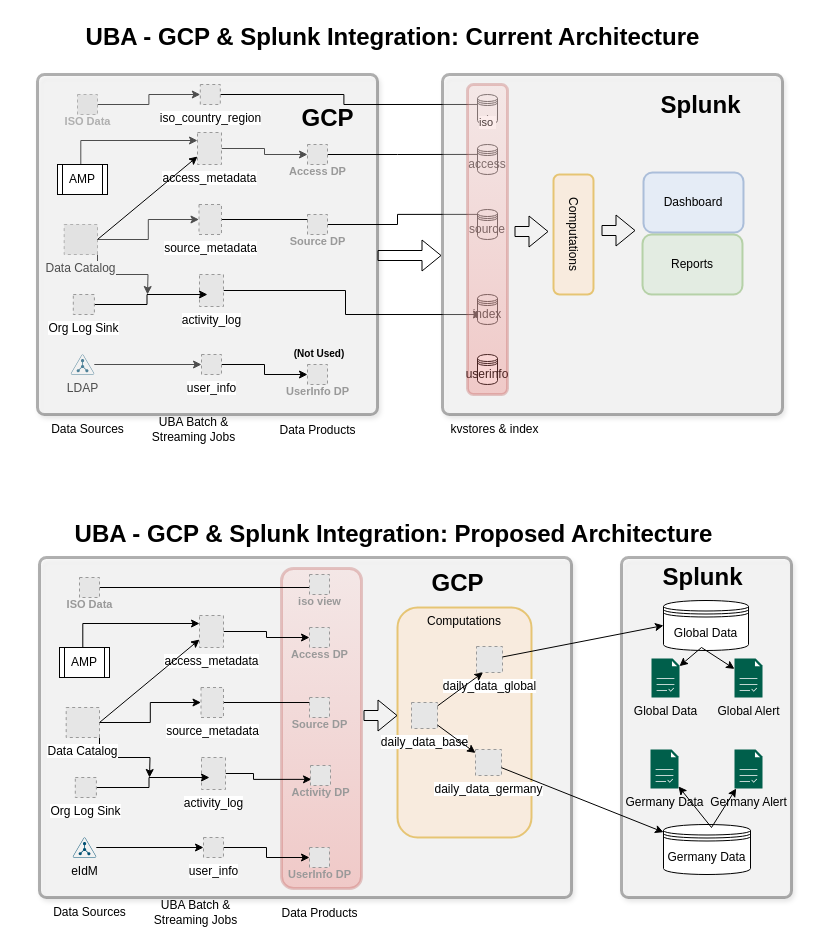
zikzakjack/draw.io keeps this draw.io diagram as splunk_perf_design_V20240125a.drawio. Above is the earlier version. Source tidied: cells renumbered, new cells numbered last; positions are measured from the earlier drawing's top-left corner, leaving out a move shared by most shapes. Both pictures are drawn from the tidied source at 100%, with x=0, y=0 at pixel (35, 17). Pictures stored in the file or linked from it are replaced by grey dashed boxes.
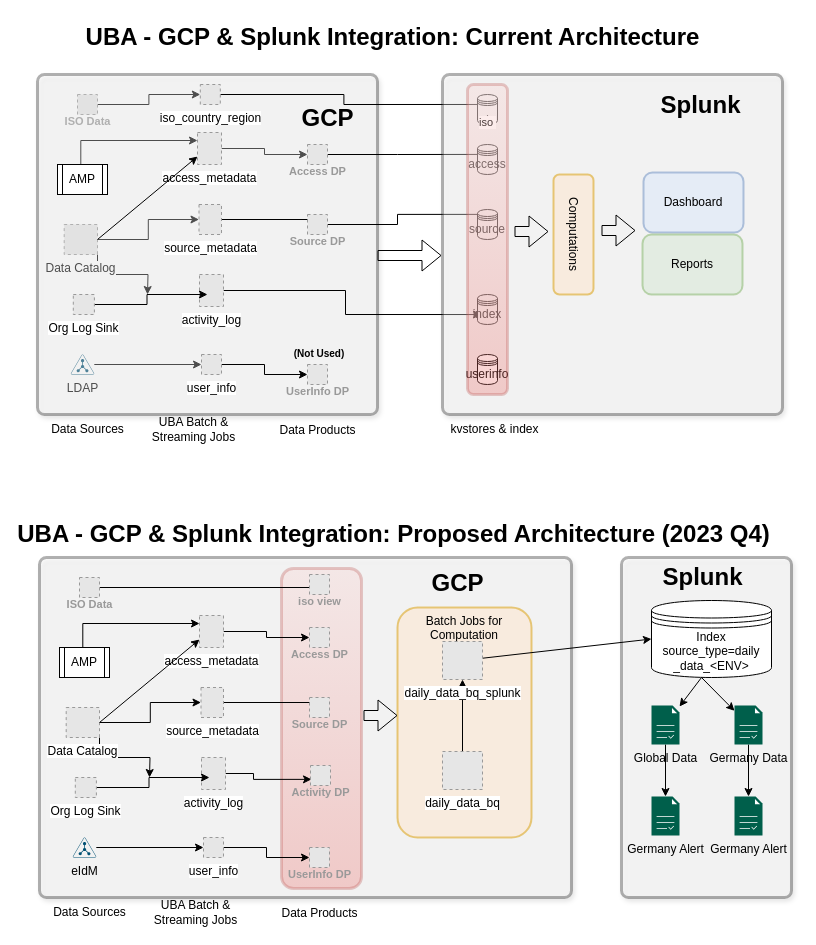
Above is the later version.

What changed in the source:
```diff
@@
-    <mxCell id="82" value="Computations" style="text;html=1;strokeColor=#d79b00;fillColor=#ffe6cc;align=center;verticalAlign=top;whiteSpace=wrap;rounded=1;horizontal=1;rotation=0;strokeWidth=2;opacity=50;" parent="1" vertex="1">
+    <mxCell id="82" value="Batch Jobs for Computation" style="text;html=1;strokeColor=#d79b00;fillColor=#ffe6cc;align=center;verticalAlign=top;whiteSpace=wrap;rounded=1;horizontal=1;rotation=0;strokeWidth=2;opacity=50;" parent="1" vertex="1">
       <mxGeometry x="362" y="590" width="134" height="230" as="geometry" />
     </mxCell>
@@
-    <mxCell id="86" value="UBA - GCP &amp;amp; Splunk Integration: Proposed Architecture" style="text;strokeColor=none;fillColor=none;html=1;fontSize=24;fontStyle=1;verticalAlign=middle;align=center;" parent="1" vertex="1">
+    <mxCell id="86" value="UBA - GCP &amp;amp; Splunk Integration: Proposed Architecture (2023 Q4)" style="text;strokeColor=none;fillColor=none;html=1;fontSize=24;fontStyle=1;verticalAlign=middle;align=center;" parent="1" vertex="1">
       <mxGeometry x="308" y="497" width="100" height="40" as="geometry" />
     </mxCell>
-    <mxCell id="87" value="Global Data" style="shape=datastore;whiteSpace=wrap;html=1;" parent="1" vertex="1">
-      <mxGeometry x="628" y="583" width="85" height="50" as="geometry" />
+    <mxCell id="87" value="Index source_type=daily _data_&amp;lt;ENV&amp;gt;" style="shape=datastore;whiteSpace=wrap;html=1;" parent="1" vertex="1">
+      <mxGeometry x="616" y="583" width="120" height="77" as="geometry" />
     </mxCell>
-    <mxCell id="88" value="Germany Data" style="shape=datastore;whiteSpace=wrap;html=1;" parent="1" vertex="1">
-      <mxGeometry x="628" y="807" width="87" height="50" as="geometry" />
-    </mxCell>
-    <mxCell id="89" value="daily_data_base" style="fillColor=#E6E6E6;strokeColor=#999999;dashed=1;html=1;verticalLabelPosition=bottom;labelBackgroundColor=#ffffff;verticalAlign=top;" parent="1" vertex="1">
-      <mxGeometry x="376" y="685" width="26" height="26" as="geometry" />
-    </mxCell>
     <mxCell id="90" value="Germany Alert" style="sketch=0;shadow=0;dashed=0;html=1;strokeColor=none;fillColor=#005F4B;labelPosition=center;verticalLabelPosition=bottom;verticalAlign=top;align=center;outlineConnect=0;shape=mxgraph.veeam2.report;" parent="1" vertex="1">
-      <mxGeometry x="699" y="732" width="28" height="39" as="geometry" />
+      <mxGeometry x="699" y="779" width="28" height="39" as="geometry" />
     </mxCell>
+    <mxCell id="103" style="edgeStyle=orthogonalEdgeStyle;rounded=0;jettySize=auto;html=1;" parent="1" edge="1" source="91" target="90">
+      <mxGeometry relative="1" as="geometry" />
+    </mxCell>
-    <mxCell id="91" value="Global Alert" style="sketch=0;shadow=0;dashed=0;html=1;strokeColor=none;fillColor=#005F4B;labelPosition=center;verticalLabelPosition=bottom;verticalAlign=top;align=center;outlineConnect=0;shape=mxgraph.veeam2.report;" parent="1" vertex="1">
-      <mxGeometry x="699" y="641" width="28" height="39" as="geometry" />
+    <mxCell id="91" value="Germany Data" style="sketch=0;shadow=0;dashed=0;html=1;strokeColor=none;fillColor=#005F4B;labelPosition=center;verticalLabelPosition=bottom;verticalAlign=top;align=center;outlineConnect=0;shape=mxgraph.veeam2.report;" parent="1" vertex="1">
+      <mxGeometry x="699" y="688" width="28" height="39" as="geometry" />
     </mxCell>
-    <mxCell id="92" value="daily_data_global" style="fillColor=#E6E6E6;strokeColor=#999999;dashed=1;html=1;verticalLabelPosition=bottom;labelBackgroundColor=#ffffff;verticalAlign=top;" parent="1" vertex="1">
-      <mxGeometry x="441" y="629" width="26" height="26" as="geometry" />
-    </mxCell>
-    <mxCell id="93" value="daily_data_germany" style="fillColor=#E6E6E6;strokeColor=#999999;dashed=1;html=1;verticalLabelPosition=bottom;labelBackgroundColor=#ffffff;verticalAlign=top;" parent="1" vertex="1">
-      <mxGeometry x="440" y="732" width="26" height="26" as="geometry" />
-    </mxCell>
@@
+    <mxCell id="104" style="edgeStyle=orthogonalEdgeStyle;rounded=0;jettySize=auto;html=1;" parent="1" edge="1" source="95" target="96">
+      <mxGeometry relative="1" as="geometry" />
+    </mxCell>
     <mxCell id="95" value="Global Data" style="sketch=0;shadow=0;dashed=0;html=1;strokeColor=none;fillColor=#005F4B;labelPosition=center;verticalLabelPosition=bottom;verticalAlign=top;align=center;outlineConnect=0;shape=mxgraph.veeam2.report;" parent="1" vertex="1">
-      <mxGeometry x="616" y="641" width="28" height="39" as="geometry" />
+      <mxGeometry x="616" y="688" width="28" height="39" as="geometry" />
     </mxCell>
-    <mxCell id="96" value="Germany Data" style="sketch=0;shadow=0;dashed=0;html=1;strokeColor=none;fillColor=#005F4B;labelPosition=center;verticalLabelPosition=bottom;verticalAlign=top;align=center;outlineConnect=0;shape=mxgraph.veeam2.report;" parent="1" vertex="1">
-      <mxGeometry x="615" y="732" width="28" height="39" as="geometry" />
+    <mxCell id="96" value="Germany Alert" style="sketch=0;shadow=0;dashed=0;html=1;strokeColor=none;fillColor=#005F4B;labelPosition=center;verticalLabelPosition=bottom;verticalAlign=top;align=center;outlineConnect=0;shape=mxgraph.veeam2.report;" parent="1" vertex="1">
+      <mxGeometry x="616" y="779" width="28" height="39" as="geometry" />
     </mxCell>
     <mxCell id="97" style="endArrow=classic;startArrow=classic;html=1;rounded=0;" parent="1" edge="1" source="91" target="95">
       <mxGeometry relative="1" as="geometry">
         <Array as="points">
-          <mxPoint x="666" y="630" />
+          <mxPoint x="666" y="660" />
         </Array>
       </mxGeometry>
     </mxCell>
-    <mxCell id="98" style="endArrow=classic;startArrow=classic;html=1;rounded=0;" parent="1" edge="1" source="96" target="90">
-      <mxGeometry relative="1" as="geometry">
-        <Array as="points">
-          <mxPoint x="676" y="810" />
-        </Array>
-      </mxGeometry>
-    </mxCell>
-    <mxCell id="99" style="endArrow=classic;html=1;rounded=0;entryX=0;entryY=0.5;entryDx=0;entryDy=0;" parent="1" edge="1" source="92" target="87">
+    <mxCell id="99" style="endArrow=classic;html=1;rounded=0;entryX=0;entryY=0.5;entryDx=0;entryDy=0;" parent="1" edge="1" source="107" target="87">
       <mxGeometry relative="1" as="geometry" />
     </mxCell>
-    <mxCell id="100" style="endArrow=classic;html=1;rounded=0;" parent="1" edge="1" source="93" target="88">
-      <mxGeometry relative="1" as="geometry" />
-    </mxCell>
-    <mxCell id="101" style="endArrow=classic;html=1;rounded=0;entryX=0.25;entryY=1;entryDx=0;entryDy=0;" parent="1" edge="1" source="89" target="92">
-      <mxGeometry relative="1" as="geometry" />
-    </mxCell>
-    <mxCell id="102" style="endArrow=classic;html=1;rounded=0;" parent="1" edge="1" source="89" target="93">
-      <mxGeometry relative="1" as="geometry" />
-    </mxCell>
+    <mxCell id="105" style="edgeStyle=orthogonalEdgeStyle;rounded=0;jettySize=auto;html=1;" parent="1" edge="1" source="106" target="107">
+      <mxGeometry relative="1" as="geometry" />
+    </mxCell>
+    <mxCell id="106" value="daily_data_bq" style="fillColor=#E6E6E6;strokeColor=#999999;dashed=1;html=1;verticalLabelPosition=bottom;labelBackgroundColor=#ffffff;verticalAlign=top;" parent="1" vertex="1">
+      <mxGeometry x="407" y="734" width="40" height="38" as="geometry" />
+    </mxCell>
+    <mxCell id="107" value="daily_data_bq_splunk" style="fillColor=#E6E6E6;strokeColor=#999999;dashed=1;html=1;verticalLabelPosition=bottom;labelBackgroundColor=#ffffff;verticalAlign=top;" parent="1" vertex="1">
+      <mxGeometry x="407" y="624" width="40" height="38" as="geometry" />
+    </mxCell>
```
